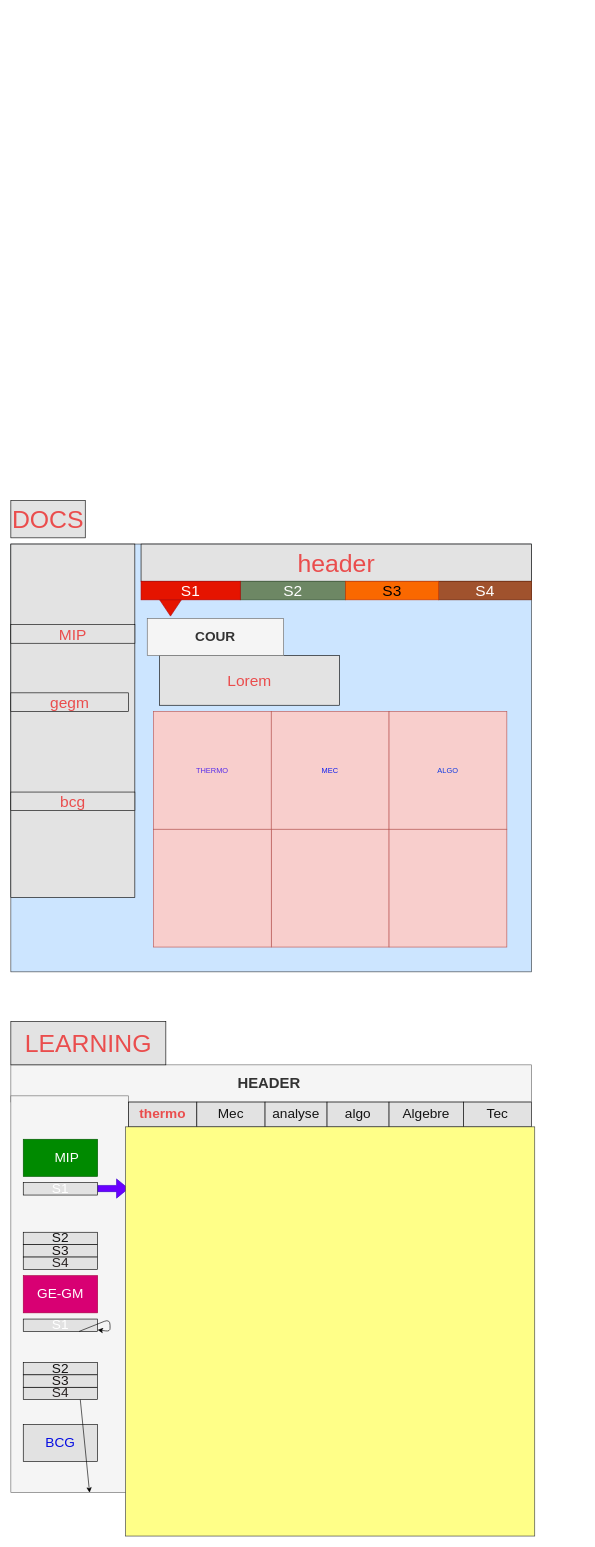
Earlier version of the draw.io diagram docs.drawio (suitablePanther/fsts). Source tidied: cells renumbered, new cells numbered last; positions are measured from the earlier drawing's top-left corner, leaving out a move shared by most shapes. Both pictures are drawn from the tidied source at 62%, with x=0, y=0 at pixel (11, 500).
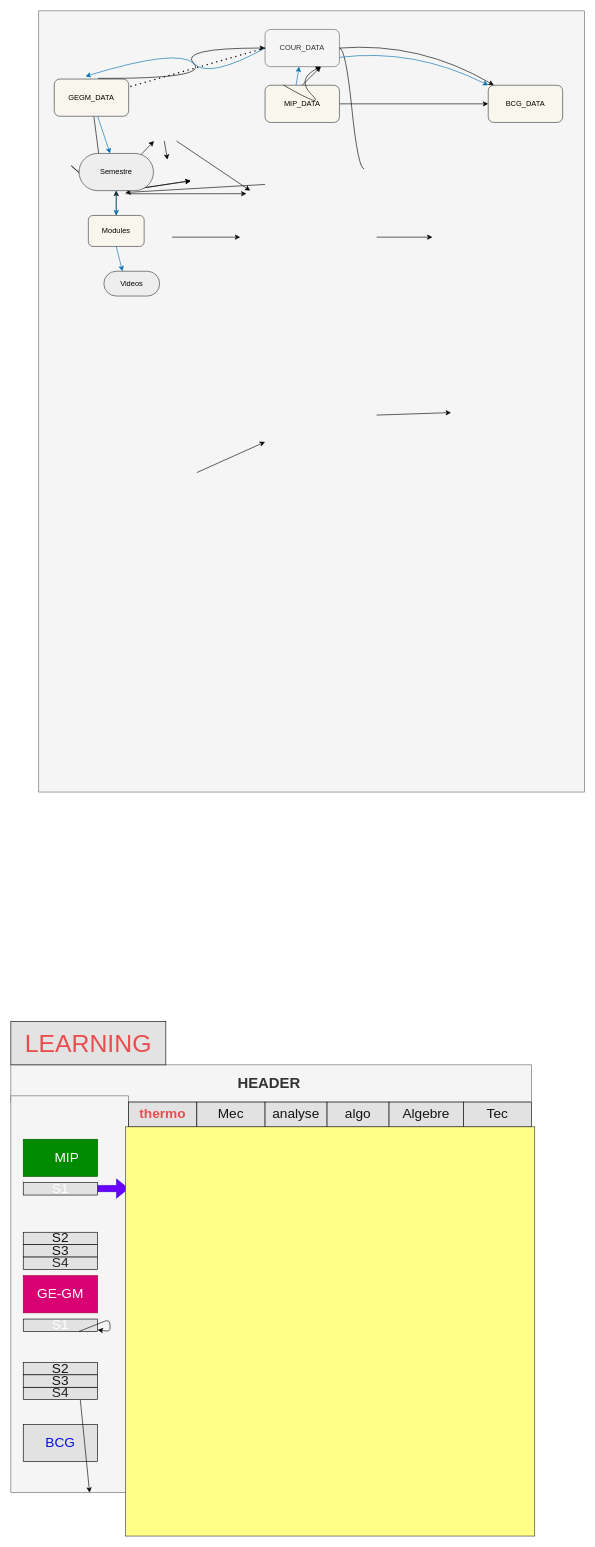
The same page after the edit.

Commit message:
draw the data structure

What changed in the source:
```diff
@@
-    <mxCell id="2" style="rounded=0;whiteSpace=wrap;html=1;fontFamily=Helvetica;fontSize=40;fillColor=#cce5ff;strokeColor=#36393d;" parent="1" vertex="1">
-      <mxGeometry y="70" width="840" height="690" as="geometry" />
-    </mxCell>
@@
-    <mxCell id="28" value="DOCS" style="rounded=0;whiteSpace=wrap;html=1;fontFamily=Helvetica;fontSize=40;fontColor=#ea4d4d;fillColor=#e3e3e3;" parent="1" vertex="1">
-      <mxGeometry width="120" height="60" as="geometry" />
-    </mxCell>
-    <mxCell id="29" value="header" style="rounded=0;whiteSpace=wrap;html=1;fontFamily=Helvetica;fontSize=40;fontColor=#ea4d4d;fillColor=#e3e3e3;" parent="1" vertex="1">
-      <mxGeometry x="210" y="70" width="630" height="60" as="geometry" />
-    </mxCell>
-    <mxCell id="30" style="rounded=0;whiteSpace=wrap;html=1;fontFamily=Helvetica;fontSize=40;fontColor=#ea4d4d;fillColor=#e3e3e3;" parent="1" vertex="1">
-      <mxGeometry y="70" width="200" height="570" as="geometry" />
-    </mxCell>
-    <mxCell id="31" value="MIP" style="rounded=0;whiteSpace=wrap;html=1;fontFamily=Helvetica;fontSize=25;fontColor=#ea4d4d;fillColor=#e3e3e3;" parent="1" vertex="1">
-      <mxGeometry y="200" width="200" height="30" as="geometry" />
-    </mxCell>
-    <mxCell id="32" value="gegm" style="rounded=0;whiteSpace=wrap;html=1;fontFamily=Helvetica;fontSize=25;fontColor=#ea4d4d;fillColor=#e3e3e3;" parent="1" vertex="1">
-      <mxGeometry y="310" width="190" height="30" as="geometry" />
-    </mxCell>
-    <mxCell id="33" value="bcg" style="rounded=0;whiteSpace=wrap;html=1;fontFamily=Helvetica;fontSize=25;fontColor=#ea4d4d;fillColor=#e3e3e3;" parent="1" vertex="1">
-      <mxGeometry y="470" width="200" height="30" as="geometry" />
-    </mxCell>
-    <mxCell id="34" value="S2" style="rounded=0;whiteSpace=wrap;html=1;fontFamily=Helvetica;fontSize=25;fontColor=#ffffff;fillColor=#6d8764;strokeColor=#3A5431;" parent="1" vertex="1">
-      <mxGeometry x="370" y="130" width="170" height="30" as="geometry" />
-    </mxCell>
-    <mxCell id="35" value="S4" style="rounded=0;whiteSpace=wrap;html=1;fontFamily=Helvetica;fontSize=25;fontColor=#ffffff;fillColor=#a0522d;strokeColor=#6D1F00;" parent="1" vertex="1">
-      <mxGeometry x="690" y="130" width="150" height="30" as="geometry" />
-    </mxCell>
-    <mxCell id="36" value="S3" style="rounded=0;whiteSpace=wrap;html=1;fontFamily=Helvetica;fontSize=25;fontColor=#000000;fillColor=#fa6800;strokeColor=#C73500;" parent="1" vertex="1">
-      <mxGeometry x="540" y="130" width="150" height="30" as="geometry" />
-    </mxCell>
-    <mxCell id="37" value="S1" style="rounded=0;whiteSpace=wrap;html=1;fontFamily=Helvetica;fontSize=25;fillColor=#e51400;strokeColor=#B20000;fontColor=#ffffff;" parent="1" vertex="1">
-      <mxGeometry x="210" y="130" width="160" height="30" as="geometry" />
-    </mxCell>
-    <mxCell id="38" style="triangle;whiteSpace=wrap;html=1;fontFamily=Helvetica;fontSize=25;fontColor=#ffffff;fillColor=#e51400;rotation=90;strokeColor=#B20000;" parent="1" vertex="1">
-      <mxGeometry x="244.4" y="155.6" width="26.2" height="35" as="geometry" />
-    </mxCell>
-    <mxCell id="39" value="Lorem" style="rounded=0;whiteSpace=wrap;html=1;fontFamily=Helvetica;fontSize=25;fontColor=#ea4d4d;fillColor=#e3e3e3;" parent="1" vertex="1">
-      <mxGeometry x="240" y="250" width="290" height="80" as="geometry" />
-    </mxCell>
-    <mxCell id="40" value="THERMO" style="whiteSpace=wrap;html=1;fillColor=#f8cecc;strokeColor=#b85450;fontColor=#572eea;" parent="1" vertex="1">
-      <mxGeometry x="230" y="340" width="190" height="190" as="geometry" />
-    </mxCell>
-    <mxCell id="41" value="MEC" style="whiteSpace=wrap;html=1;fillColor=#f8cecc;strokeColor=#b85450;fontColor=#111fee;" parent="1" vertex="1">
-      <mxGeometry x="420" y="340" width="190" height="190" as="geometry" />
-    </mxCell>
-    <mxCell id="42" style="whiteSpace=wrap;html=1;fillColor=#f8cecc;strokeColor=#b85450;" parent="1" vertex="1">
-      <mxGeometry x="420" y="530" width="190" height="190" as="geometry" />
-    </mxCell>
-    <mxCell id="43" style="whiteSpace=wrap;html=1;fillColor=#f8cecc;strokeColor=#b85450;" parent="1" vertex="1">
-      <mxGeometry x="230" y="530" width="190" height="190" as="geometry" />
-    </mxCell>
-    <mxCell id="44" value="ALGO" style="whiteSpace=wrap;html=1;fillColor=#f8cecc;strokeColor=#b85450;fontColor=#143de1;" parent="1" vertex="1">
-      <mxGeometry x="610" y="340" width="190" height="190" as="geometry" />
-    </mxCell>
-    <mxCell id="45" style="whiteSpace=wrap;html=1;fillColor=#f8cecc;strokeColor=#b85450;" parent="1" vertex="1">
-      <mxGeometry x="610" y="530" width="190" height="190" as="geometry" />
-    </mxCell>
-    <mxCell id="46" value="COUR" style="rounded=0;whiteSpace=wrap;html=1;fontColor=#333333;fillColor=#f5f5f5;strokeColor=#666666;fontSize=22;fontStyle=1;" parent="1" vertex="1">
-      <mxGeometry x="220" y="190" width="220" height="60" as="geometry" />
-    </mxCell>
+    <mxCell id="47" style="rounded=0;whiteSpace=wrap;html=1;fillColor=#f5f5f5;strokeColor=#666666;fontColor=#333333;" parent="1" vertex="1">
+      <mxGeometry x="45" y="-790" width="880" height="1260" as="geometry" />
+    </mxCell>
+    <mxCell id="48" value="COUR_DATA" style="rounded=1;whiteSpace=wrap;html=1;fillColor=#f5f5f5;strokeColor=#666666;fontColor=#333333;" parent="1" vertex="1">
+      <mxGeometry x="410" y="-760" width="120" height="60" as="geometry" />
+    </mxCell>
+    <mxCell id="49" style="edgeStyle=entityRelationEdgeStyle;startArrow=none;endArrow=none;segment=10;curved=1;sourcePerimeterSpacing=0;targetPerimeterSpacing=0;" parent="1" edge="1" source="48">
+      <mxGeometry relative="1" as="geometry">
+        <mxPoint x="570" y="-535" as="targetPoint" />
+      </mxGeometry>
+    </mxCell>
+    <mxCell id="50" style="edgeStyle=none;html=1;fontColor=#0000FF;" parent="1" edge="1" source="51">
+      <mxGeometry relative="1" as="geometry">
+        <mxPoint x="148.1" y="-510" as="targetPoint" />
+      </mxGeometry>
+    </mxCell>
+    <mxCell id="51" value="GEGM_DATA" style="rounded=1;whiteSpace=wrap;html=1;fillColor=#f9f7ed;strokeColor=#36393d;fontColor=#000000;" parent="1" vertex="1">
+      <mxGeometry x="70" y="-680" width="120" height="60" as="geometry" />
+    </mxCell>
+    <mxCell id="52" style="edgeStyle=none;html=1;" parent="1" edge="1" source="53" target="54">
+      <mxGeometry relative="1" as="geometry" />
+    </mxCell>
+    <mxCell id="53" value="MIP_DATA" style="whiteSpace=wrap;html=1;rounded=1;fillColor=#f9f7ed;strokeColor=#36393D;fontColor=#000000;" parent="1" vertex="1">
+      <mxGeometry x="410" y="-670" width="120" height="60" as="geometry" />
+    </mxCell>
+    <mxCell id="54" value="BCG_DATA" style="whiteSpace=wrap;html=1;rounded=1;fillColor=#f9f7ed;strokeColor=#36393d;fontColor=#000000;" parent="1" vertex="1">
+      <mxGeometry x="770" y="-670" width="120" height="60" as="geometry" />
+    </mxCell>
+    <mxCell id="55" style="endArrow=none;dashed=1;html=1;dashPattern=1 3;strokeWidth=2;fontColor=#000000;exitX=0;exitY=0.5;exitDx=0;exitDy=0;" parent="1" edge="1" source="48" target="51">
+      <mxGeometry relative="1" as="geometry" />
+    </mxCell>
+    <mxCell id="56" style="curved=1;endArrow=classic;html=1;fontColor=#000000;exitX=0.587;exitY=-0.02;exitDx=0;exitDy=0;exitPerimeter=0;" parent="1" edge="1" source="51" target="48">
+      <mxGeometry relative="1" as="geometry">
+        <Array as="points">
+          <mxPoint x="320" y="-680" />
+          <mxPoint x="270" y="-730" />
+        </Array>
+      </mxGeometry>
+    </mxCell>
+    <mxCell id="57" style="curved=1;endArrow=classic;html=1;fontColor=#0000FF;exitX=0;exitY=0.5;exitDx=0;exitDy=0;entryX=0.42;entryY=-0.073;entryDx=0;entryDy=0;spacing=6;fillColor=#1ba1e2;strokeColor=#006EAF;entryPerimeter=0;" parent="1" edge="1" source="48" target="51">
+      <mxGeometry relative="1" as="geometry">
+        <Array as="points">
+          <mxPoint x="320" y="-680" />
+          <mxPoint x="270" y="-730" />
+        </Array>
+      </mxGeometry>
+    </mxCell>
+    <mxCell id="58" style="curved=1;endArrow=classic;html=1;fontColor=#0000FF;entryX=0.75;entryY=1;entryDx=0;entryDy=0;exitX=0.25;exitY=0;exitDx=0;exitDy=0;" parent="1" edge="1" source="53" target="48">
+      <mxGeometry relative="1" as="geometry">
+        <Array as="points">
+          <mxPoint x="510" y="-630" />
+          <mxPoint x="460" y="-680" />
+        </Array>
+      </mxGeometry>
+    </mxCell>
+    <mxCell id="59" style="endArrow=classic;html=1;fontColor=#0000FF;entryX=0.75;entryY=1;entryDx=0;entryDy=0;exitX=0.5;exitY=0;exitDx=0;exitDy=0;" parent="1" edge="1" source="53" target="48">
+      <mxGeometry relative="1" as="geometry" />
+    </mxCell>
+    <mxCell id="60" style="endArrow=classic;html=1;fontColor=#0000FF;fillColor=#1ba1e2;strokeColor=#006EAF;" parent="1" edge="1" target="48">
+      <mxGeometry relative="1" as="geometry">
+        <mxPoint x="460" y="-670" as="sourcePoint" />
+      </mxGeometry>
+    </mxCell>
+    <mxCell id="61" style="curved=1;endArrow=classic;html=1;fontColor=#0000FF;exitX=1;exitY=0.5;exitDx=0;exitDy=0;" parent="1" edge="1" source="48" target="54">
+      <mxGeometry relative="1" as="geometry">
+        <Array as="points">
+          <mxPoint x="660" y="-740" />
+        </Array>
+      </mxGeometry>
+    </mxCell>
+    <mxCell id="62" style="curved=1;endArrow=classic;html=1;fontColor=#0000FF;fillColor=#1ba1e2;strokeColor=#006EAF;exitX=1;exitY=0.75;exitDx=0;exitDy=0;" parent="1" edge="1" source="48" target="54">
+      <mxGeometry relative="1" as="geometry">
+        <Array as="points">
+          <mxPoint x="650" y="-730" />
+        </Array>
+      </mxGeometry>
+    </mxCell>
+    <mxCell id="63" style="edgeStyle=none;html=1;fontColor=#0000FF;" parent="1" edge="1">
+      <mxGeometry relative="1" as="geometry">
+        <mxPoint x="260" y="-425" as="sourcePoint" />
+        <mxPoint x="370" y="-425" as="targetPoint" />
+      </mxGeometry>
+    </mxCell>
+    <mxCell id="64" style="edgeStyle=none;html=1;fontColor=#0000FF;" parent="1" edge="1">
+      <mxGeometry relative="1" as="geometry">
+        <mxPoint x="590" y="-425" as="sourcePoint" />
+        <mxPoint x="680" y="-425" as="targetPoint" />
+      </mxGeometry>
+    </mxCell>
+    <mxCell id="65" style="edgeStyle=none;html=1;fontColor=#0000FF;" parent="1" edge="1">
+      <mxGeometry relative="1" as="geometry">
+        <mxPoint x="300" y="-45.3" as="sourcePoint" />
+        <mxPoint x="410" y="-94.7" as="targetPoint" />
+      </mxGeometry>
+    </mxCell>
+    <mxCell id="66" style="edgeStyle=none;html=1;fontColor=#0000FF;" parent="1" edge="1">
+      <mxGeometry relative="1" as="geometry">
+        <mxPoint x="590" y="-138" as="sourcePoint" />
+        <mxPoint x="710" y="-142" as="targetPoint" />
+      </mxGeometry>
+    </mxCell>
+    <mxCell id="67" style="edgeStyle=none;html=1;fontColor=#0000FF;startArrow=none;" parent="1" edge="1">
+      <mxGeometry relative="1" as="geometry">
+        <mxPoint x="185" y="-500.2" as="sourcePoint" />
+        <mxPoint x="290" y="-515.9" as="targetPoint" />
+      </mxGeometry>
+    </mxCell>
+    <mxCell id="68" style="edgeStyle=none;html=1;fontColor=#0000FF;startArrow=none;" parent="1" edge="1">
+      <mxGeometry relative="1" as="geometry">
+        <mxPoint x="185" y="-500.2" as="sourcePoint" />
+        <mxPoint x="290" y="-515.9" as="targetPoint" />
+      </mxGeometry>
+    </mxCell>
+    <mxCell id="69" style="edgeStyle=none;html=1;fontColor=#0000FF;" parent="1" edge="1">
+      <mxGeometry relative="1" as="geometry">
+        <mxPoint x="410" y="-510" as="sourcePoint" />
+        <mxPoint x="185" y="-497" as="targetPoint" />
+      </mxGeometry>
+    </mxCell>
+    <mxCell id="70" style="edgeStyle=none;html=1;fontColor=#0000FF;" parent="1" edge="1">
+      <mxGeometry relative="1" as="geometry">
+        <mxPoint x="185" y="-495" as="sourcePoint" />
+        <mxPoint x="380" y="-495.1" as="targetPoint" />
+      </mxGeometry>
+    </mxCell>
+    <mxCell id="71" style="edgeStyle=none;html=1;fontColor=#0000FF;endArrow=none;" parent="1" edge="1">
+      <mxGeometry relative="1" as="geometry">
+        <mxPoint x="97.5" y="-540" as="sourcePoint" />
+        <mxPoint x="132.5" y="-510" as="targetPoint" />
+      </mxGeometry>
+    </mxCell>
+    <mxCell id="72" style="edgeStyle=none;html=1;fontColor=#0000FF;" parent="1" edge="1">
+      <mxGeometry relative="1" as="geometry">
+        <mxPoint x="164.2" y="-510" as="sourcePoint" />
+        <mxPoint x="230.8" y="-580" as="targetPoint" />
+      </mxGeometry>
+    </mxCell>
+    <mxCell id="73" style="edgeStyle=none;html=1;fontColor=#0000FF;" parent="1" edge="1">
+      <mxGeometry relative="1" as="geometry">
+        <mxPoint x="267.3" y="-580" as="sourcePoint" />
+        <mxPoint x="386.1" y="-500" as="targetPoint" />
+      </mxGeometry>
+    </mxCell>
+    <mxCell id="74" style="edgeStyle=none;html=1;fontColor=#0000FF;" parent="1" edge="1">
+      <mxGeometry relative="1" as="geometry">
+        <mxPoint x="247.5" y="-580" as="sourcePoint" />
+        <mxPoint x="252.5" y="-550" as="targetPoint" />
+      </mxGeometry>
+    </mxCell>
+    <mxCell id="75" style="edgeStyle=none;html=1;fontColor=#0000FF;endArrow=none;" parent="1" edge="1">
+      <mxGeometry relative="1" as="geometry">
+        <mxPoint x="97.5" y="-540" as="sourcePoint" />
+        <mxPoint x="132.5" y="-510" as="targetPoint" />
+      </mxGeometry>
+    </mxCell>
+    <mxCell id="76" style="edgeStyle=none;html=1;fontColor=#0000FF;fillColor=#1ba1e2;strokeColor=#006EAF;" parent="1" edge="1" source="51">
+      <mxGeometry relative="1" as="geometry">
+        <mxPoint x="160" y="-560" as="targetPoint" />
+      </mxGeometry>
+    </mxCell>
+    <mxCell id="77" style="edgeStyle=none;html=1;fontColor=#000000;" parent="1" edge="1" source="79" target="81">
+      <mxGeometry relative="1" as="geometry" />
+    </mxCell>
+    <mxCell id="78" style="edgeStyle=none;html=1;fontColor=#000000;fillColor=#1ba1e2;strokeColor=#006EAF;" parent="1" edge="1" source="81" target="79">
+      <mxGeometry relative="1" as="geometry" />
+    </mxCell>
+    <mxCell id="79" value="Modules" style="rounded=1;whiteSpace=wrap;html=1;strokeColor=#36393d;fillColor=#f9f7ed;fontColor=#000000;" parent="1" vertex="1">
+      <mxGeometry x="125" y="-460" width="90" height="50" as="geometry" />
+    </mxCell>
+    <mxCell id="80" value="Videos" style="rounded=1;whiteSpace=wrap;html=1;strokeColor=#36393d;fillColor=#eeeeee;fontColor=#000000;arcSize=50;" parent="1" vertex="1">
+      <mxGeometry x="150" y="-370" width="90" height="40" as="geometry" />
+    </mxCell>
+    <mxCell id="81" value="Semestre" style="rounded=1;whiteSpace=wrap;html=1;strokeColor=#36393d;fillColor=#eeeeee;fontColor=#000000;arcSize=50;" parent="1" vertex="1">
+      <mxGeometry x="110" y="-560" width="120" height="60" as="geometry" />
+    </mxCell>
+    <mxCell id="82" style="edgeStyle=none;html=1;fontColor=#000000;fillColor=#1ba1e2;strokeColor=#006EAF;" parent="1" edge="1" target="80">
+      <mxGeometry relative="1" as="geometry">
+        <mxPoint x="170" y="-410" as="sourcePoint" />
+        <Array as="points">
+          <mxPoint x="180" y="-370" />
+        </Array>
+      </mxGeometry>
+    </mxCell>
```
